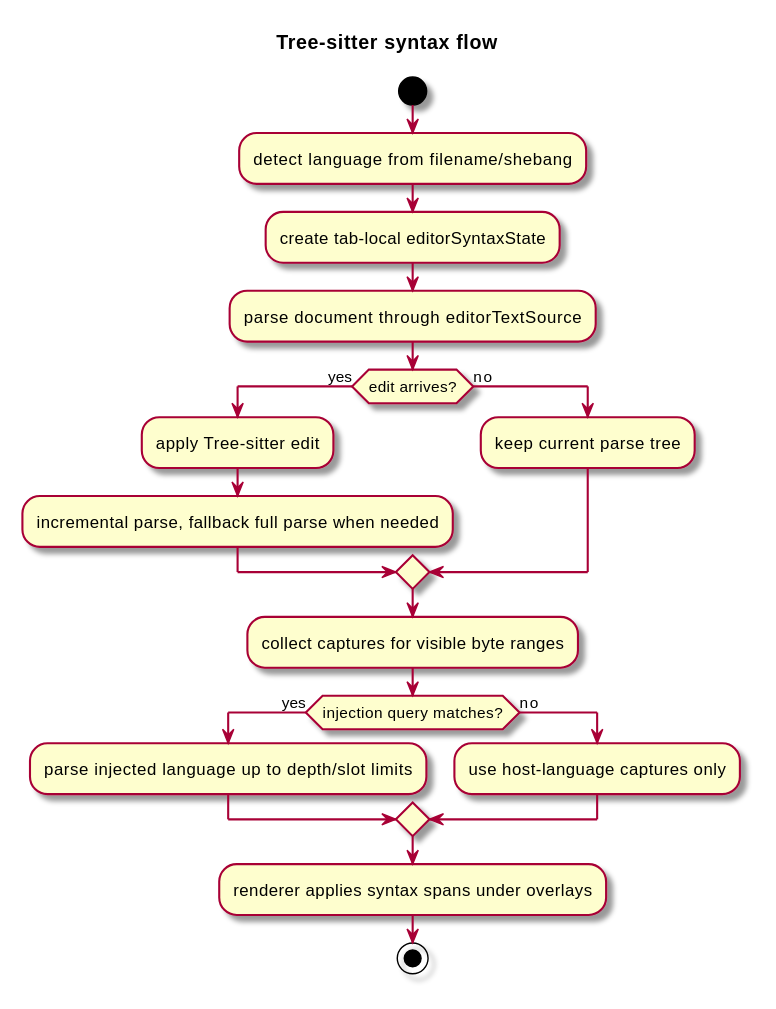
This is docs/diagrams/svg/syntax-flow.svg from kokkoniemi/rotide, a PlantUML export, as it was before one commit. Its source is kept beside it as docs/diagrams/src/syntax-flow.puml.
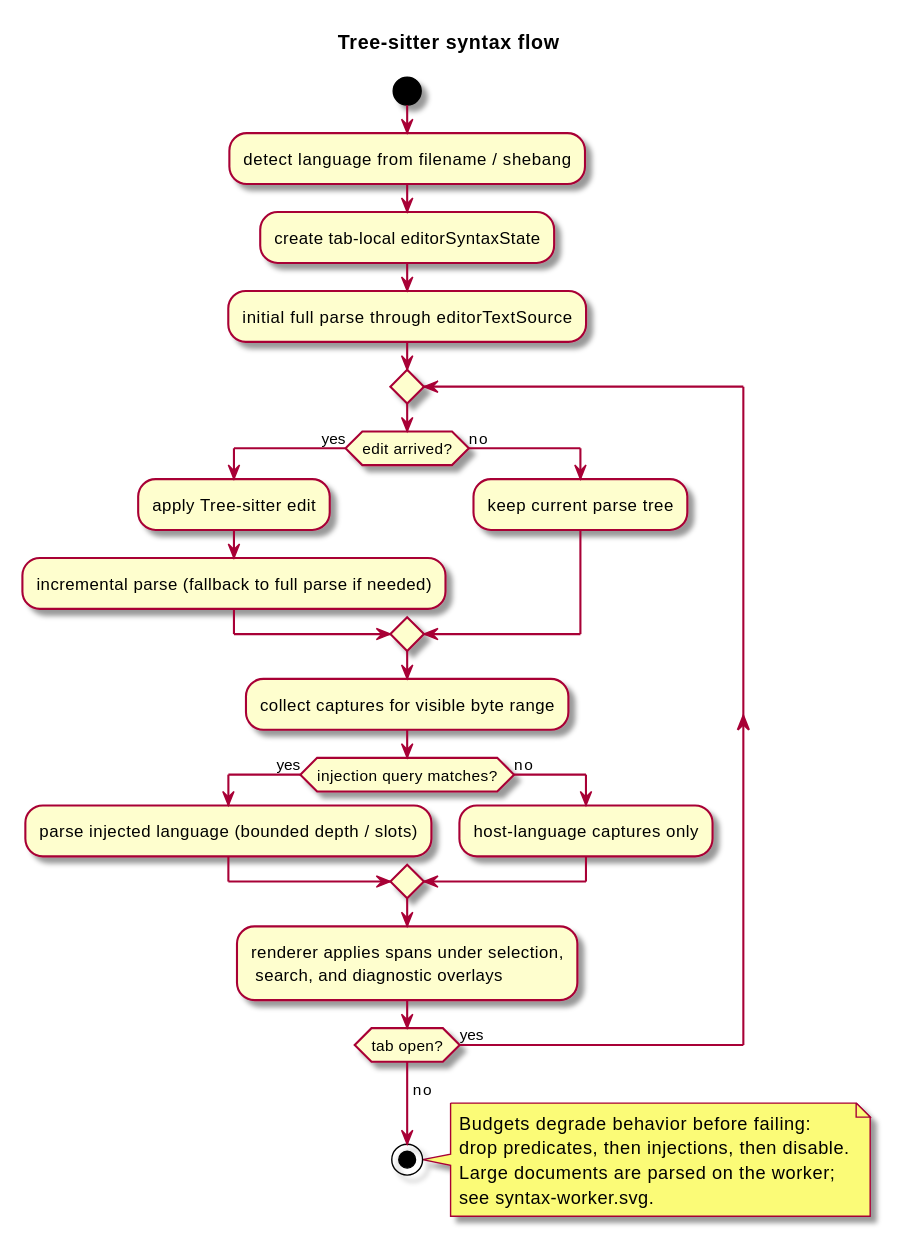
The same diagram one commit later.

What changed in the source:
```diff
@@ -4,22 +4,34 @@
 title Tree-sitter syntax flow
 
 start
-:detect language from filename/shebang;
+:detect language from filename / shebang;
 :create tab-local editorSyntaxState;
-:parse document through editorTextSource;
-if (edit arrives?) then (yes)
-	:apply Tree-sitter edit;
-	:incremental parse, fallback full parse when needed;
-else (no)
-	:keep current parse tree;
-endif
-:collect captures for visible byte ranges;
-if (injection query matches?) then (yes)
-	:parse injected language up to depth/slot limits;
-else (no)
-	:use host-language captures only;
-endif
-:renderer applies syntax spans under overlays;
+:initial full parse through editorTextSource;
+
+repeat
+  if (edit arrived?) then (yes)
+    :apply Tree-sitter edit;
+    :incremental parse (fallback to full parse if needed);
+  else (no)
+    :keep current parse tree;
+  endif
+  :collect captures for visible byte range;
+  if (injection query matches?) then (yes)
+    :parse injected language (bounded depth / slots);
+  else (no)
+    :host-language captures only;
+  endif
+  :renderer applies spans under selection,
+   search, and diagnostic overlays;
+repeat while (tab open?) is (yes)
+->no;
 stop
 
+note right
+  Budgets degrade behavior before failing:
+  drop predicates, then injections, then disable.
+  Large documents are parsed on the worker;
+  see syntax-worker.svg.
+end note
+
 @enduml
```
